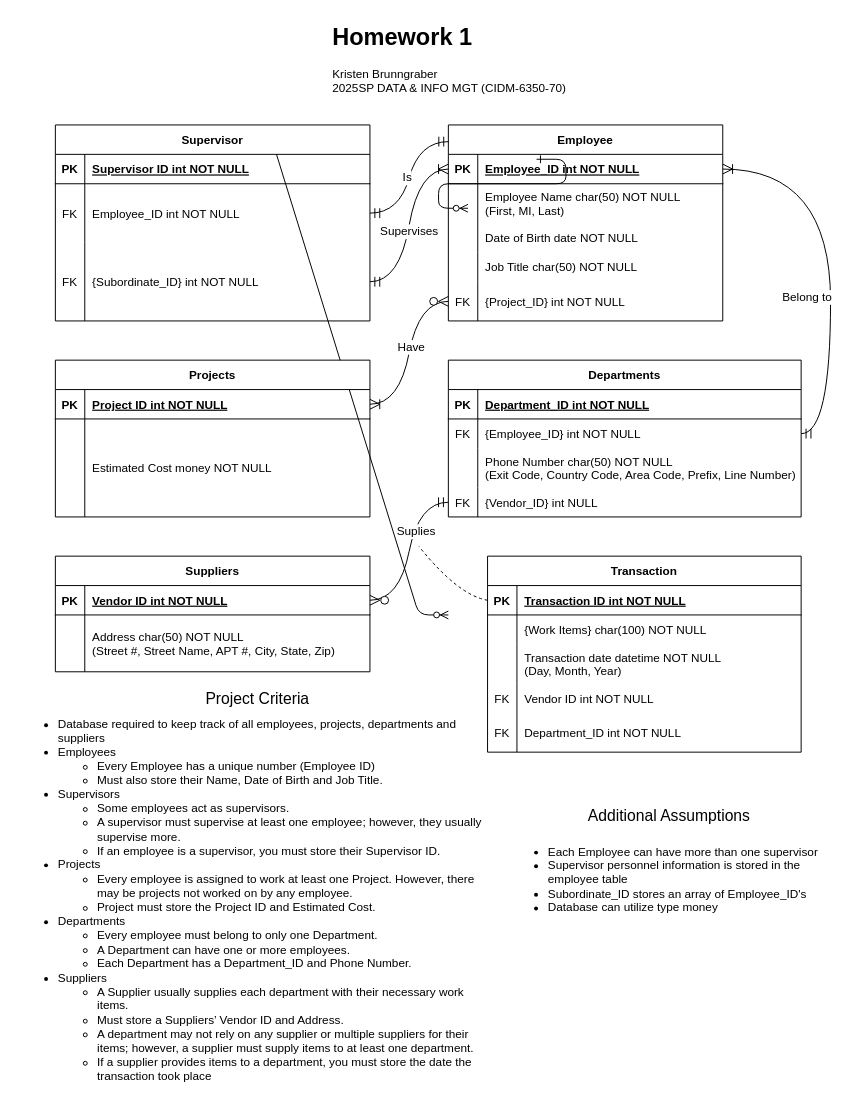
k-wtamu/CIDM6330 keeps this draw.io diagram as Untitled Diagram.drawio. Above is the earlier version. Source tidied: cells renumbered, new cells numbered last; positions are measured from the earlier drawing's top-left corner, leaving out a move shared by most shapes. Both pictures are drawn from the tidied source at 98%, with x=0, y=0 at pixel (17, 17).
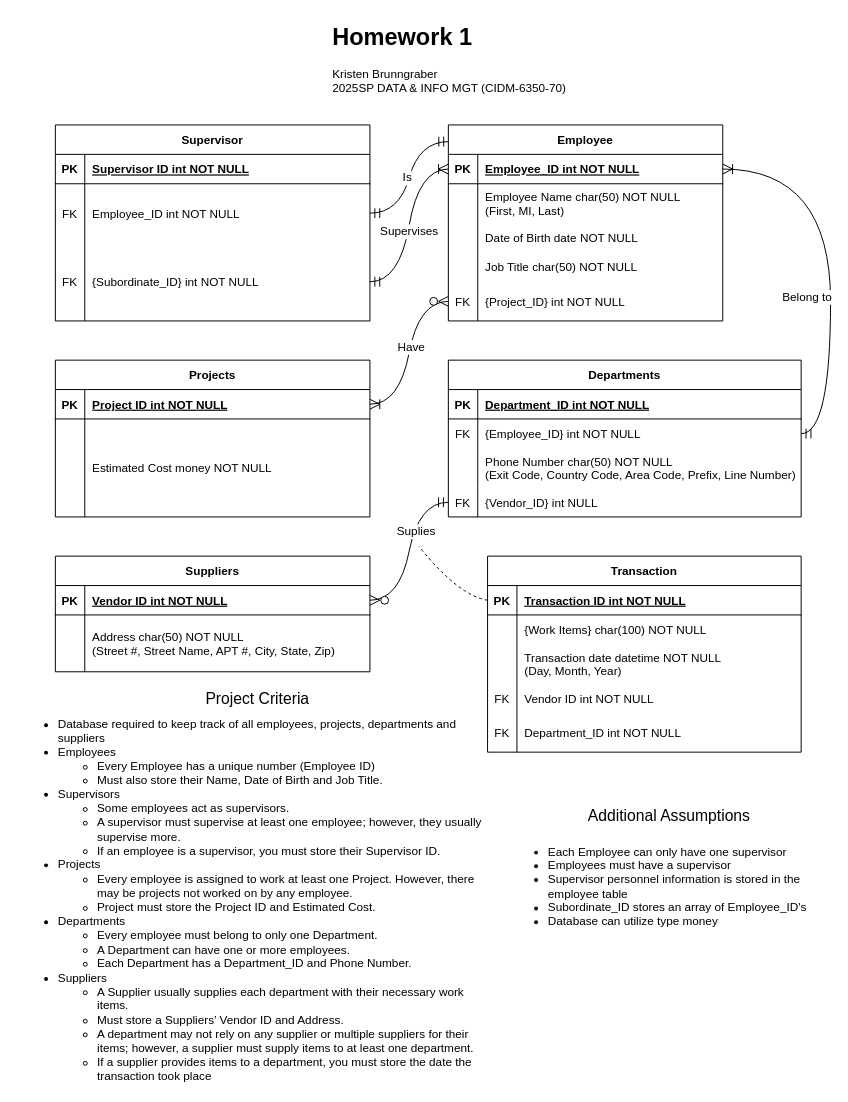
The same page after the edit.

Change to the diagram source:
```diff
@@
-    <mxCell id="2" style="edgeStyle=entityRelationEdgeStyle;endArrow=ERzeroToMany;startArrow=ERone;endFill=1;startFill=0;" parent="1" edge="1">
-      <mxGeometry relative="1" as="geometry">
-        <mxPoint x="230" y="125" as="sourcePoint" />
-        <mxPoint x="440" y="610" as="targetPoint" />
-      </mxGeometry>
-    </mxCell>
-    <mxCell id="3" style="edgeStyle=entityRelationEdgeStyle;endArrow=ERzeroToMany;startArrow=ERone;endFill=1;startFill=0;" parent="1" edge="1">
-      <mxGeometry relative="1" as="geometry">
-        <mxPoint x="530" y="145" as="sourcePoint" />
-        <mxPoint x="460" y="195" as="targetPoint" />
-      </mxGeometry>
-    </mxCell>
@@
-    <mxCell id="84" value="&lt;ul&gt;&lt;li&gt;Each Employee can have more than one supervisor&amp;nbsp;&lt;/li&gt;&lt;li&gt;Supervisor personnel information is stored in the employee table&lt;/li&gt;&lt;li&gt;Subordinate_ID stores an array of Employee_ID's&lt;/li&gt;&lt;li&gt;Database can utilize type money&lt;/li&gt;&lt;/ul&gt;" style="text;strokeColor=none;fillColor=none;html=1;whiteSpace=wrap;verticalAlign=middle;overflow=hidden;" parent="1" vertex="1">
-      <mxGeometry x="500" y="830" width="330" height="90" as="geometry" />
+    <mxCell id="84" value="&lt;ul&gt;&lt;li&gt;Each Employee can only have one supervisor&amp;nbsp;&lt;/li&gt;&lt;li&gt;Employees must have a supervisor&lt;/li&gt;&lt;li&gt;Supervisor personnel information is stored in the employee table&lt;/li&gt;&lt;li&gt;Subordinate_ID stores an array of Employee_ID's&lt;/li&gt;&lt;li&gt;Database can utilize type money&lt;/li&gt;&lt;/ul&gt;" style="text;strokeColor=none;fillColor=none;html=1;whiteSpace=wrap;verticalAlign=middle;overflow=hidden;" parent="1" vertex="1">
+      <mxGeometry x="500" y="830" width="330" height="110" as="geometry" />
     </mxCell>
```
